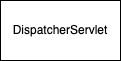
LL1105/myblog keeps this draw.io diagram as static/img/SpringMVC调用时序图.png. Above is the earlier version. Source tidied: cells renumbered, new cells last; positions are measured from the earlier drawing's top-left corner, leaving out a move shared by most shapes.
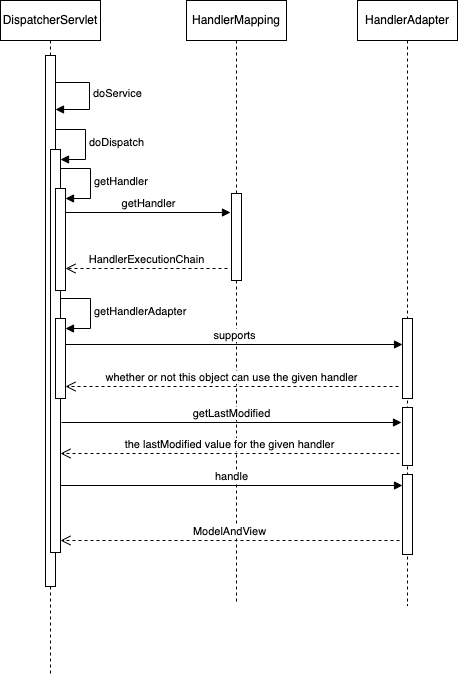
After the commit.

Commit message:
更新SpringMVC调用时序图.png

What changed in the source:
```diff
@@ -2,8 +2,114 @@
   <root>
     <mxCell id="0" />
     <mxCell id="1" parent="0" />
-    <mxCell id="2" value="DispatcherServlet" style="rounded=0;whiteSpace=wrap;html=1;" parent="1" vertex="1">
-      <mxGeometry width="120" height="60" as="geometry" />
+    <mxCell id="2" value="DispatcherServlet" style="shape=umlLifeline;perimeter=lifelinePerimeter;whiteSpace=wrap;html=1;newEdgeStyle={&quot;curved&quot;:0,&quot;rounded&quot;:0};" parent="1" vertex="1">
+      <mxGeometry width="100" height="673" as="geometry" />
     </mxCell>
+    <mxCell id="3" style="html=1;points=[[0,0,0,0,5],[0,1,0,0,-5],[1,0,0,0,5],[1,1,0,0,-5]];perimeter=orthogonalPerimeter;outlineConnect=0;targetShapes=umlLifeline;portConstraint=eastwest;newEdgeStyle={&quot;curved&quot;:0,&quot;rounded&quot;:0};" parent="2" vertex="1">
+      <mxGeometry x="45" y="55" width="10" height="531" as="geometry" />
+    </mxCell>
+    <mxCell id="4" value="doService" style="html=1;align=left;spacingLeft=2;endArrow=block;rounded=0;edgeStyle=orthogonalEdgeStyle;curved=0;rounded=0;" parent="2" edge="1" target="3">
+      <mxGeometry relative="1" as="geometry">
+        <mxPoint x="55" y="87" as="sourcePoint" />
+        <Array as="points">
+          <mxPoint x="55" y="82" />
+          <mxPoint x="89" y="82" />
+          <mxPoint x="89" y="109" />
+        </Array>
+      </mxGeometry>
+    </mxCell>
+    <mxCell id="5" style="html=1;points=[[0,0,0,0,5],[0,1,0,0,-5],[1,0,0,0,5],[1,1,0,0,-5]];perimeter=orthogonalPerimeter;outlineConnect=0;targetShapes=umlLifeline;portConstraint=eastwest;newEdgeStyle={&quot;curved&quot;:0,&quot;rounded&quot;:0};" parent="2" vertex="1">
+      <mxGeometry x="50" y="149" width="10" height="403" as="geometry" />
+    </mxCell>
+    <mxCell id="6" value="doDispatch" style="html=1;align=left;spacingLeft=2;endArrow=block;rounded=0;edgeStyle=orthogonalEdgeStyle;curved=0;rounded=0;" parent="2" edge="1" target="5">
+      <mxGeometry relative="1" as="geometry">
+        <mxPoint x="55" y="129" as="sourcePoint" />
+        <Array as="points">
+          <mxPoint x="85" y="159" />
+        </Array>
+      </mxGeometry>
+    </mxCell>
+    <mxCell id="7" style="html=1;points=[[0,0,0,0,5],[0,1,0,0,-5],[1,0,0,0,5],[1,1,0,0,-5]];perimeter=orthogonalPerimeter;outlineConnect=0;targetShapes=umlLifeline;portConstraint=eastwest;newEdgeStyle={&quot;curved&quot;:0,&quot;rounded&quot;:0};" parent="2" vertex="1">
+      <mxGeometry x="55" y="188" width="10" height="102" as="geometry" />
+    </mxCell>
+    <mxCell id="8" value="getHandler" style="html=1;align=left;spacingLeft=2;endArrow=block;rounded=0;edgeStyle=orthogonalEdgeStyle;curved=0;rounded=0;" parent="2" edge="1" target="7">
+      <mxGeometry relative="1" as="geometry">
+        <mxPoint x="60" y="168" as="sourcePoint" />
+        <Array as="points">
+          <mxPoint x="90" y="198" />
+        </Array>
+      </mxGeometry>
+    </mxCell>
+    <mxCell id="9" style="html=1;points=[[0,0,0,0,5],[0,1,0,0,-5],[1,0,0,0,5],[1,1,0,0,-5]];perimeter=orthogonalPerimeter;outlineConnect=0;targetShapes=umlLifeline;portConstraint=eastwest;newEdgeStyle={&quot;curved&quot;:0,&quot;rounded&quot;:0};" parent="2" vertex="1">
+      <mxGeometry x="55" y="318" width="10" height="80" as="geometry" />
+    </mxCell>
+    <mxCell id="10" value="getHandlerAdapter" style="html=1;align=left;spacingLeft=2;endArrow=block;rounded=0;edgeStyle=orthogonalEdgeStyle;curved=0;rounded=0;" parent="2" edge="1" target="9">
+      <mxGeometry relative="1" as="geometry">
+        <mxPoint x="60" y="298" as="sourcePoint" />
+        <Array as="points">
+          <mxPoint x="90" y="328" />
+        </Array>
+      </mxGeometry>
+    </mxCell>
+    <mxCell id="11" value="HandlerMapping" style="shape=umlLifeline;perimeter=lifelinePerimeter;whiteSpace=wrap;html=1;newEdgeStyle={&quot;curved&quot;:0,&quot;rounded&quot;:0};" parent="1" vertex="1">
+      <mxGeometry x="186" width="100" height="601" as="geometry" />
+    </mxCell>
+    <mxCell id="12" style="html=1;perimeter=orthogonalPerimeter;targetShapes=umlLifeline;newEdgeStyle={&quot;curved&quot;:0,&quot;rounded&quot;:0};" parent="11" vertex="1">
+      <mxGeometry x="45" y="193" width="10" height="87" as="geometry" />
+    </mxCell>
+    <mxCell id="13" value="getHandler" style="html=1;verticalAlign=bottom;endArrow=block;curved=0;rounded=0;" parent="1" edge="1" source="7">
+      <mxGeometry relative="1" as="geometry">
+        <mxPoint x="230" y="212" as="targetPoint" />
+      </mxGeometry>
+    </mxCell>
+    <mxCell id="14" value="HandlerExecutionChain" style="html=1;verticalAlign=bottom;endArrow=open;dashed=1;endSize=8;curved=0;rounded=0;" parent="1" edge="1" target="7">
+      <mxGeometry relative="1" as="geometry">
+        <mxPoint x="227" y="268" as="sourcePoint" />
+      </mxGeometry>
+    </mxCell>
+    <mxCell id="15" value="HandlerAdapter" style="shape=umlLifeline;perimeter=lifelinePerimeter;whiteSpace=wrap;html=1;newEdgeStyle={&quot;curved&quot;:0,&quot;rounded&quot;:0};" parent="1" vertex="1">
+      <mxGeometry x="357" width="100" height="605" as="geometry" />
+    </mxCell>
+    <mxCell id="16" style="html=1;points=[[0,0,0,0,5],[0,1,0,0,-5],[1,0,0,0,5],[1,1,0,0,-5]];perimeter=orthogonalPerimeter;outlineConnect=0;targetShapes=umlLifeline;portConstraint=eastwest;newEdgeStyle={&quot;curved&quot;:0,&quot;rounded&quot;:0};" parent="15" vertex="1">
+      <mxGeometry x="45" y="318" width="10" height="80" as="geometry" />
+    </mxCell>
+    <mxCell id="17" style="html=1;perimeter=orthogonalPerimeter;targetShapes=umlLifeline;newEdgeStyle={&quot;curved&quot;:0,&quot;rounded&quot;:0};" parent="15" vertex="1">
+      <mxGeometry x="45" y="407" width="10" height="58" as="geometry" />
+    </mxCell>
+    <mxCell id="18" style="html=1;perimeter=orthogonalPerimeter;targetShapes=umlLifeline;newEdgeStyle={&quot;curved&quot;:0,&quot;rounded&quot;:0};" parent="15" vertex="1">
+      <mxGeometry x="45" y="474" width="10" height="80" as="geometry" />
+    </mxCell>
+    <mxCell id="19" value="supports" style="html=1;verticalAlign=bottom;endArrow=block;curved=0;rounded=0;" parent="1" edge="1" target="16">
+      <mxGeometry relative="1" as="geometry">
+        <mxPoint x="65" y="344" as="sourcePoint" />
+      </mxGeometry>
+    </mxCell>
+    <mxCell id="20" value="whether or not this object can use the given handler" style="html=1;verticalAlign=bottom;endArrow=open;dashed=1;endSize=8;curved=0;rounded=0;" parent="1" edge="1" target="9">
+      <mxGeometry relative="1" as="geometry">
+        <mxPoint x="398" y="386" as="sourcePoint" />
+      </mxGeometry>
+    </mxCell>
+    <mxCell id="21" value="the lastModified value for the given handler" style="html=1;verticalAlign=bottom;endArrow=open;dashed=1;endSize=8;curved=0;rounded=0;" parent="1" edge="1">
+      <mxGeometry relative="1" as="geometry">
+        <mxPoint x="399" y="453" as="sourcePoint" />
+        <mxPoint x="60" y="453" as="targetPoint" />
+      </mxGeometry>
+    </mxCell>
+    <mxCell id="22" value="getLastModified" style="html=1;verticalAlign=bottom;endArrow=block;curved=0;rounded=0;" parent="1" edge="1">
+      <mxGeometry relative="1" as="geometry">
+        <mxPoint x="61" y="422" as="sourcePoint" />
+        <mxPoint x="401" y="422" as="targetPoint" />
+      </mxGeometry>
+    </mxCell>
+    <mxCell id="23" value="handle" style="html=1;verticalAlign=bottom;endArrow=block;curved=0;rounded=0;" parent="1" edge="1" source="5">
+      <mxGeometry relative="1" as="geometry">
+        <mxPoint x="402" y="485" as="targetPoint" />
+      </mxGeometry>
+    </mxCell>
+    <mxCell id="24" value="ModelAndView" style="html=1;verticalAlign=bottom;endArrow=open;dashed=1;endSize=8;curved=0;rounded=0;" parent="1" edge="1" target="5">
+      <mxGeometry relative="1" as="geometry">
+        <mxPoint x="399" y="540" as="sourcePoint" />
+      </mxGeometry>
+    </mxCell>
   </root>
 </mxGraphModel>
```
